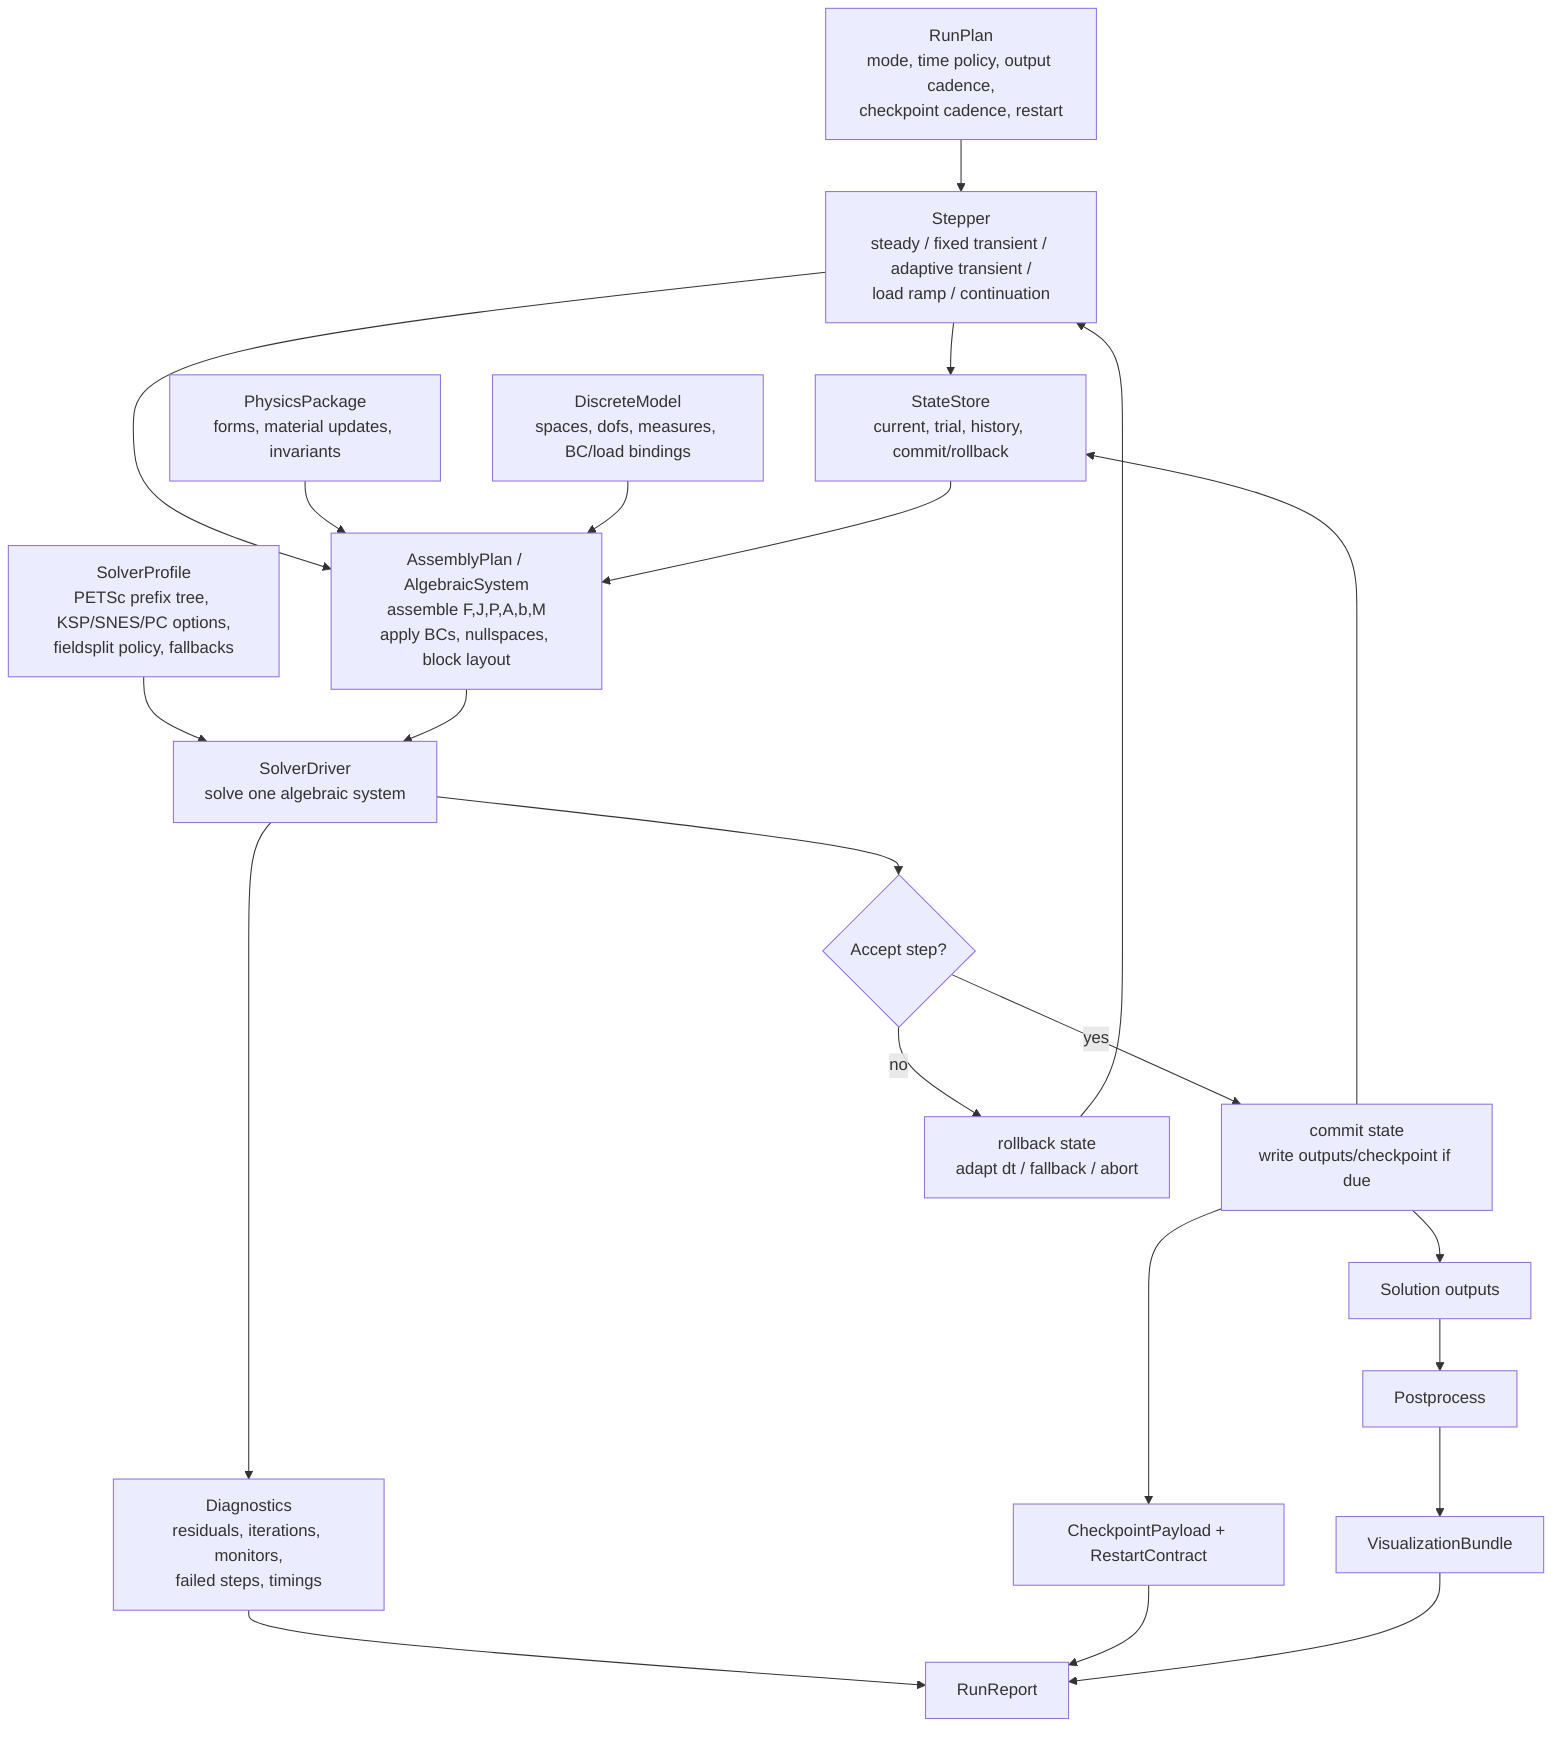
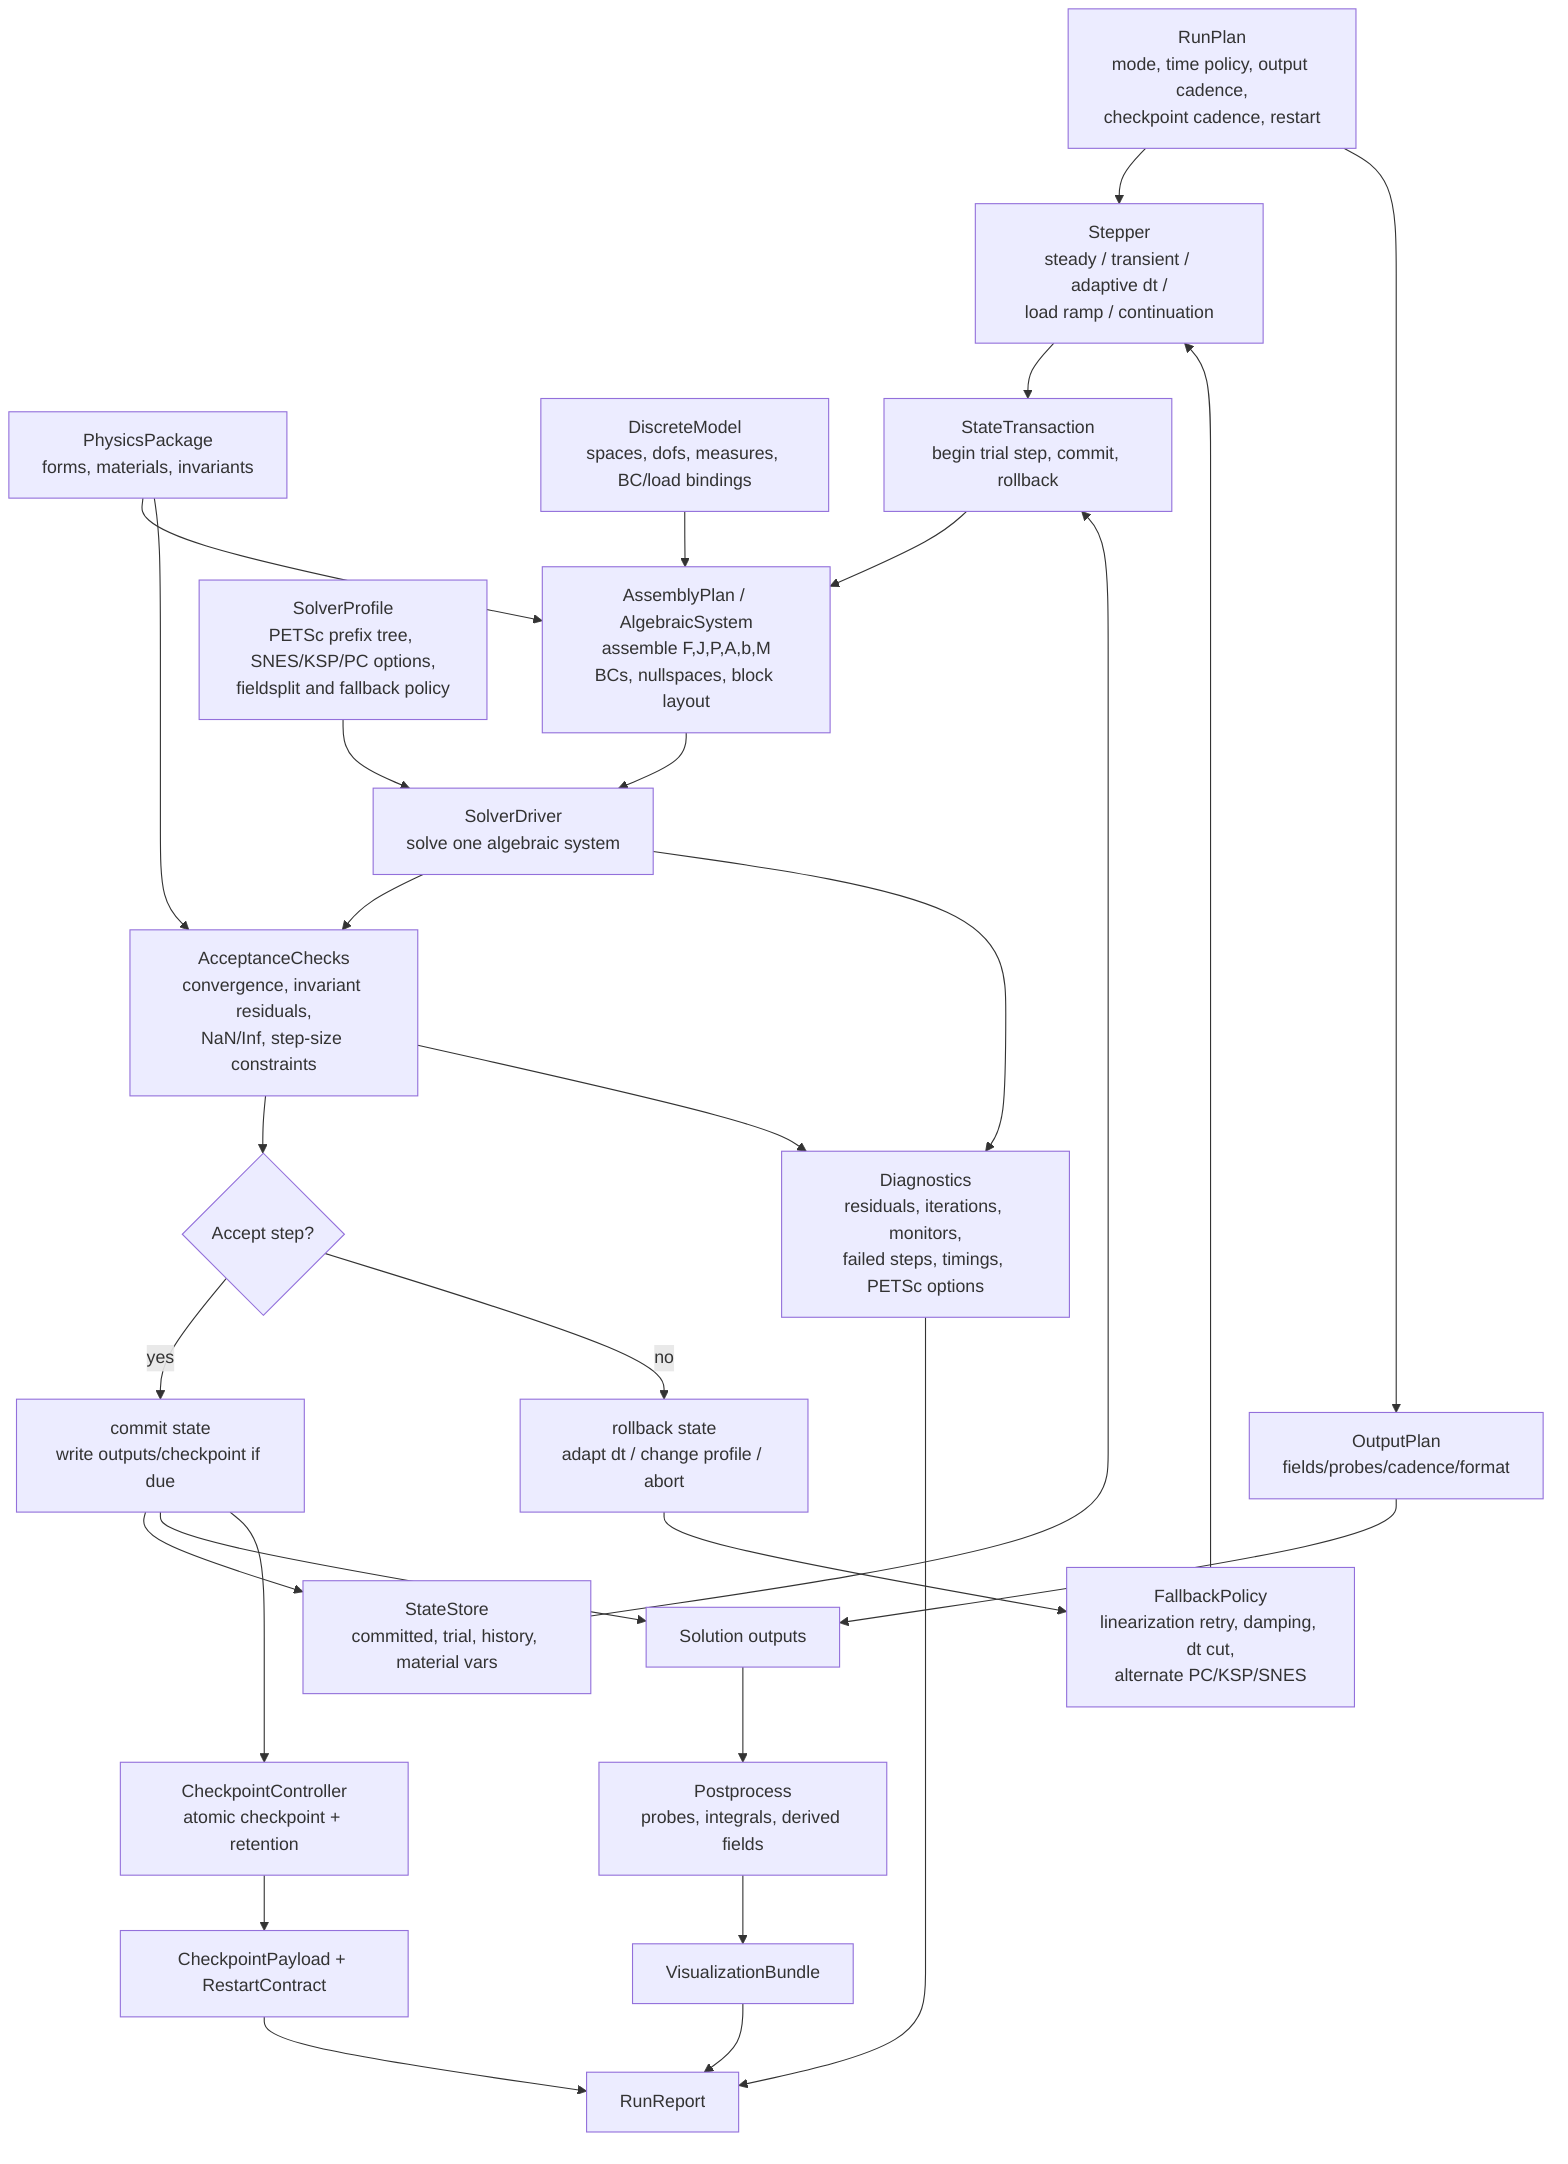
flowchart TD
    RUNPLAN["RunPlan\nmode, time policy, output cadence,\ncheckpoint cadence, restart"]
-     STEPPER["Stepper\nsteady / fixed transient / adaptive transient /\nload ramp / continuation"]
-     PHYS["PhysicsPackage\nforms, material updates, invariants"]
+     STEPPER["Stepper\nsteady / transient / adaptive dt /\nload ramp / continuation"]
+     PHYS["PhysicsPackage\nforms, materials, invariants"]
    DISCRETE["DiscreteModel\nspaces, dofs, measures, BC/load bindings"]
-     STATE["StateStore\ncurrent, trial, history, commit/rollback"]
-     ASSEMBLY["AssemblyPlan / AlgebraicSystem\nassemble F,J,P,A,b,M\napply BCs, nullspaces, block layout"]
-     PROFILE["SolverProfile\nPETSc prefix tree, KSP/SNES/PC options,\nfieldsplit policy, fallbacks"]
+     STATE["StateStore\ncommitted, trial, history, material vars"]
+     TXN["StateTransaction\nbegin trial step, commit, rollback"]
+     ASSEMBLY["AssemblyPlan / AlgebraicSystem\nassemble F,J,P,A,b,M\nBCs, nullspaces, block layout"]
+     PROFILE["SolverProfile\nPETSc prefix tree, SNES/KSP/PC options,\nfieldsplit and fallback policy"]
    DRIVER["SolverDriver\nsolve one algebraic system"]
-     DIAG["Diagnostics\nresiduals, iterations, monitors,\nfailed steps, timings"]
+     CHECKS["AcceptanceChecks\nconvergence, invariant residuals,\nNaN/Inf, step-size constraints"]
+     DIAG["Diagnostics\nresiduals, iterations, monitors,\nfailed steps, timings, PETSc options"]
    ACCEPT{"Accept step?"}
    COMMIT["commit state\nwrite outputs/checkpoint if due"]
-     ROLLBACK["rollback state\nadapt dt / fallback / abort"]
+     ROLLBACK["rollback state\nadapt dt / change profile / abort"]
+     FALLBACK["FallbackPolicy\nlinearization retry, damping, dt cut,\nalternate PC/KSP/SNES"]
+     CKPTCTRL["CheckpointController\natomic checkpoint + retention"]
    CKPT["CheckpointPayload + RestartContract"]
+     OUTPLAN["OutputPlan\nfields/probes/cadence/format"]
+     OUT["Solution outputs"]
+     POST["Postprocess\nprobes, integrals, derived fields"]
+     VIZ["VisualizationBundle"]
    REPORT["RunReport"]
-     OUT["Solution outputs"]
-     POST["Postprocess"]
-     VIZ["VisualizationBundle"]

    RUNPLAN --> STEPPER
-     STEPPER --> STATE
-     STEPPER --> ASSEMBLY
+     RUNPLAN --> OUTPLAN
+     STEPPER --> TXN
+     STATE --> TXN
+     TXN --> ASSEMBLY
    PHYS --> ASSEMBLY
    DISCRETE --> ASSEMBLY
-     STATE --> ASSEMBLY
    PROFILE --> DRIVER
    ASSEMBLY --> DRIVER
+     DRIVER --> CHECKS
+     PHYS --> CHECKS
+     CHECKS --> ACCEPT
    DRIVER --> DIAG
-     DRIVER --> ACCEPT
+     CHECKS --> DIAG

    ACCEPT -->|yes| COMMIT
    ACCEPT -->|no| ROLLBACK
- 
+     ROLLBACK --> FALLBACK --> STEPPER
    COMMIT --> STATE
    COMMIT --> OUT
-     COMMIT --> CKPT
-     ROLLBACK --> STEPPER
- 
+     COMMIT --> CKPTCTRL --> CKPT
+     OUTPLAN --> OUT
    OUT --> POST --> VIZ
    DIAG --> REPORT
    CKPT --> REPORT
    VIZ --> REPORT
